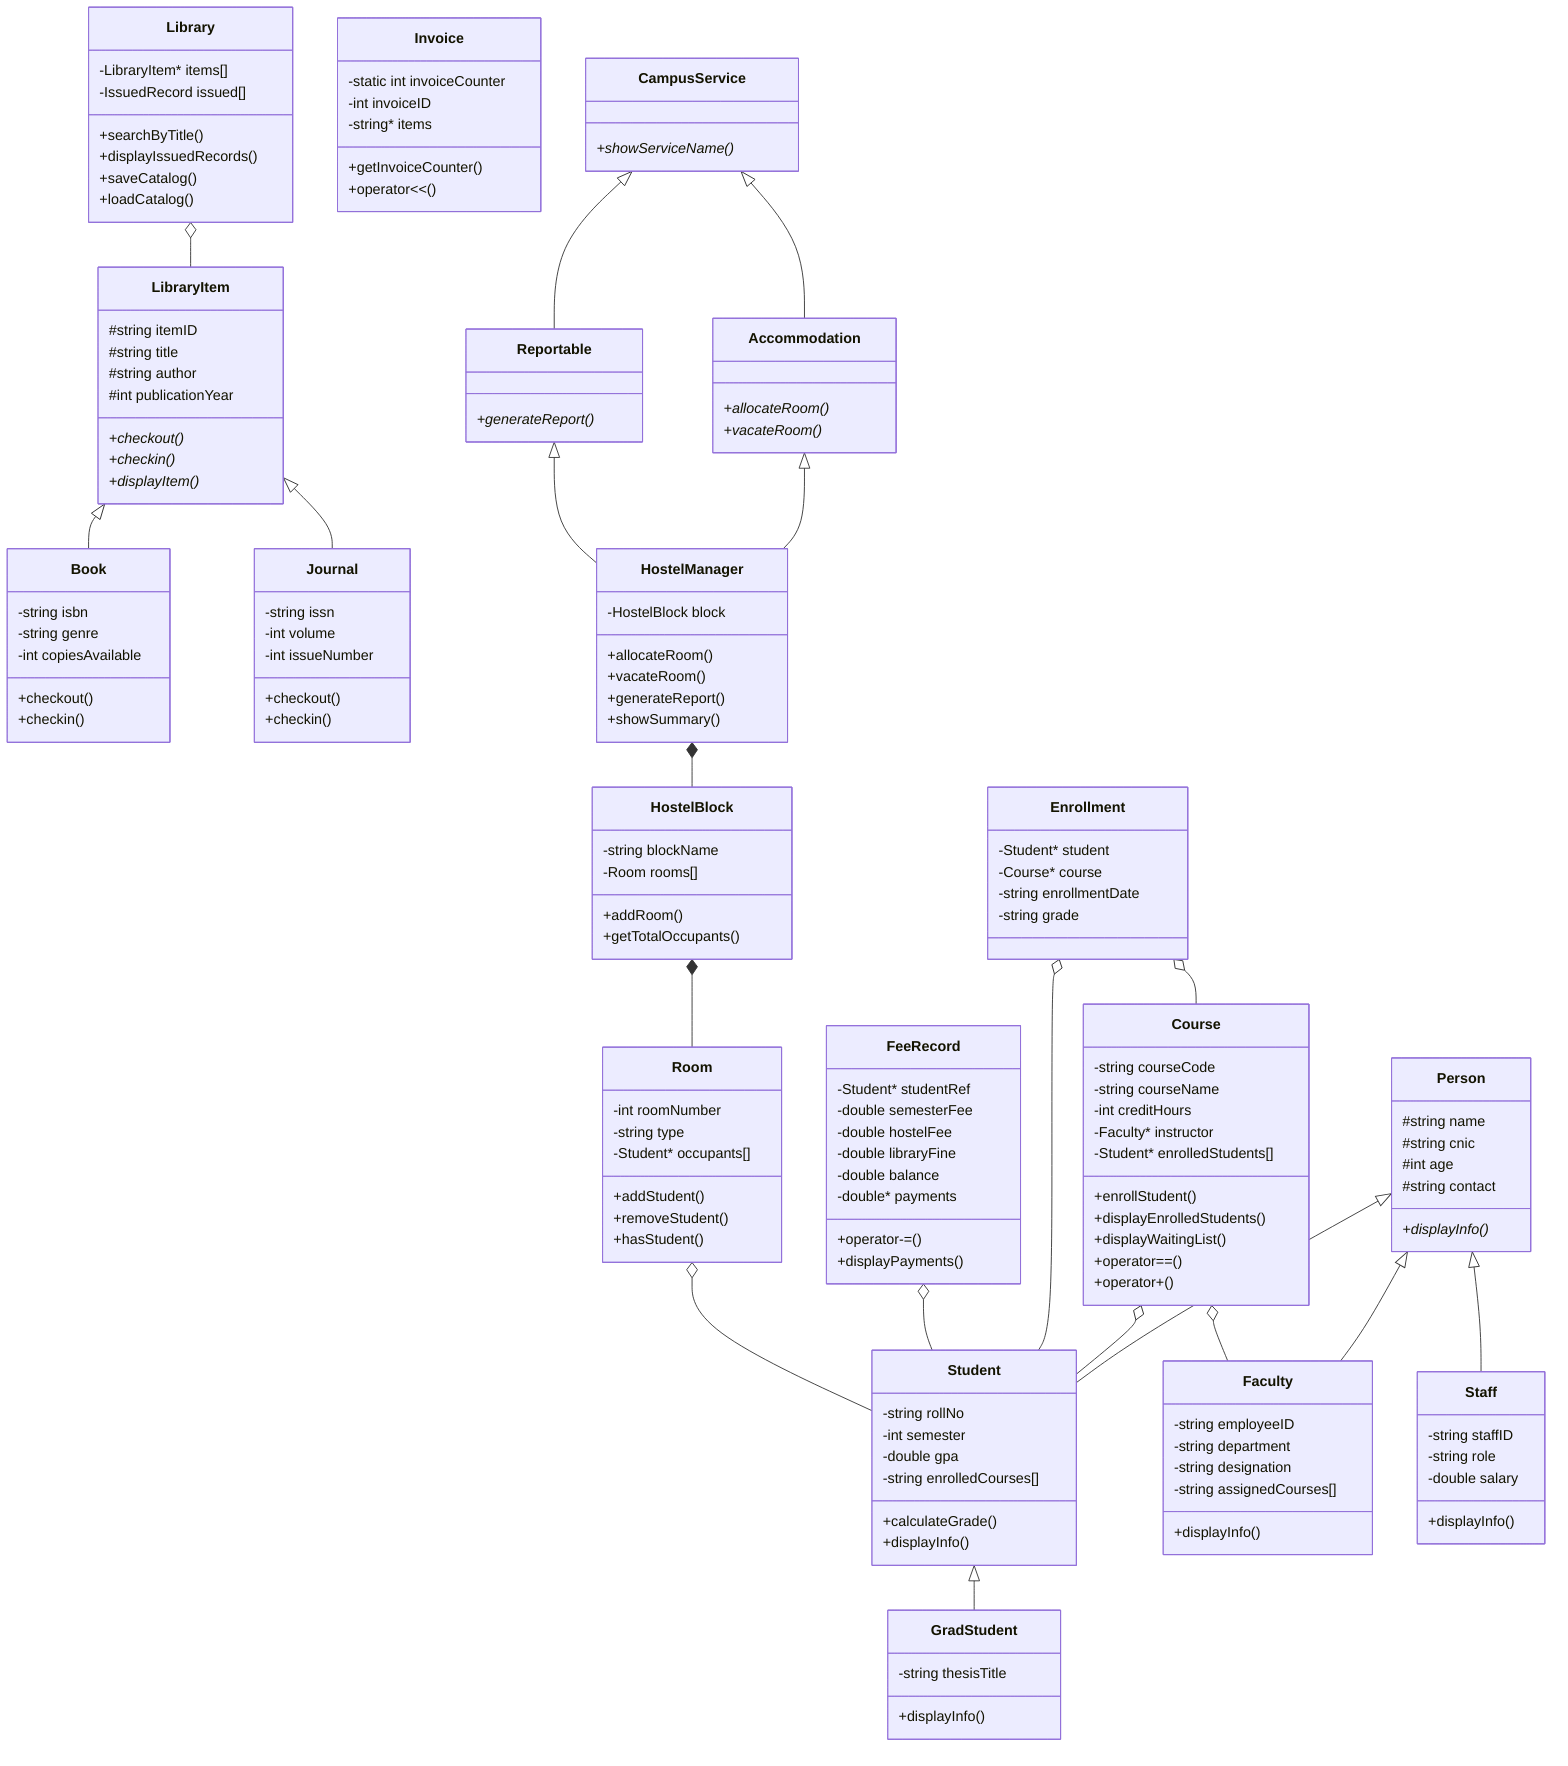
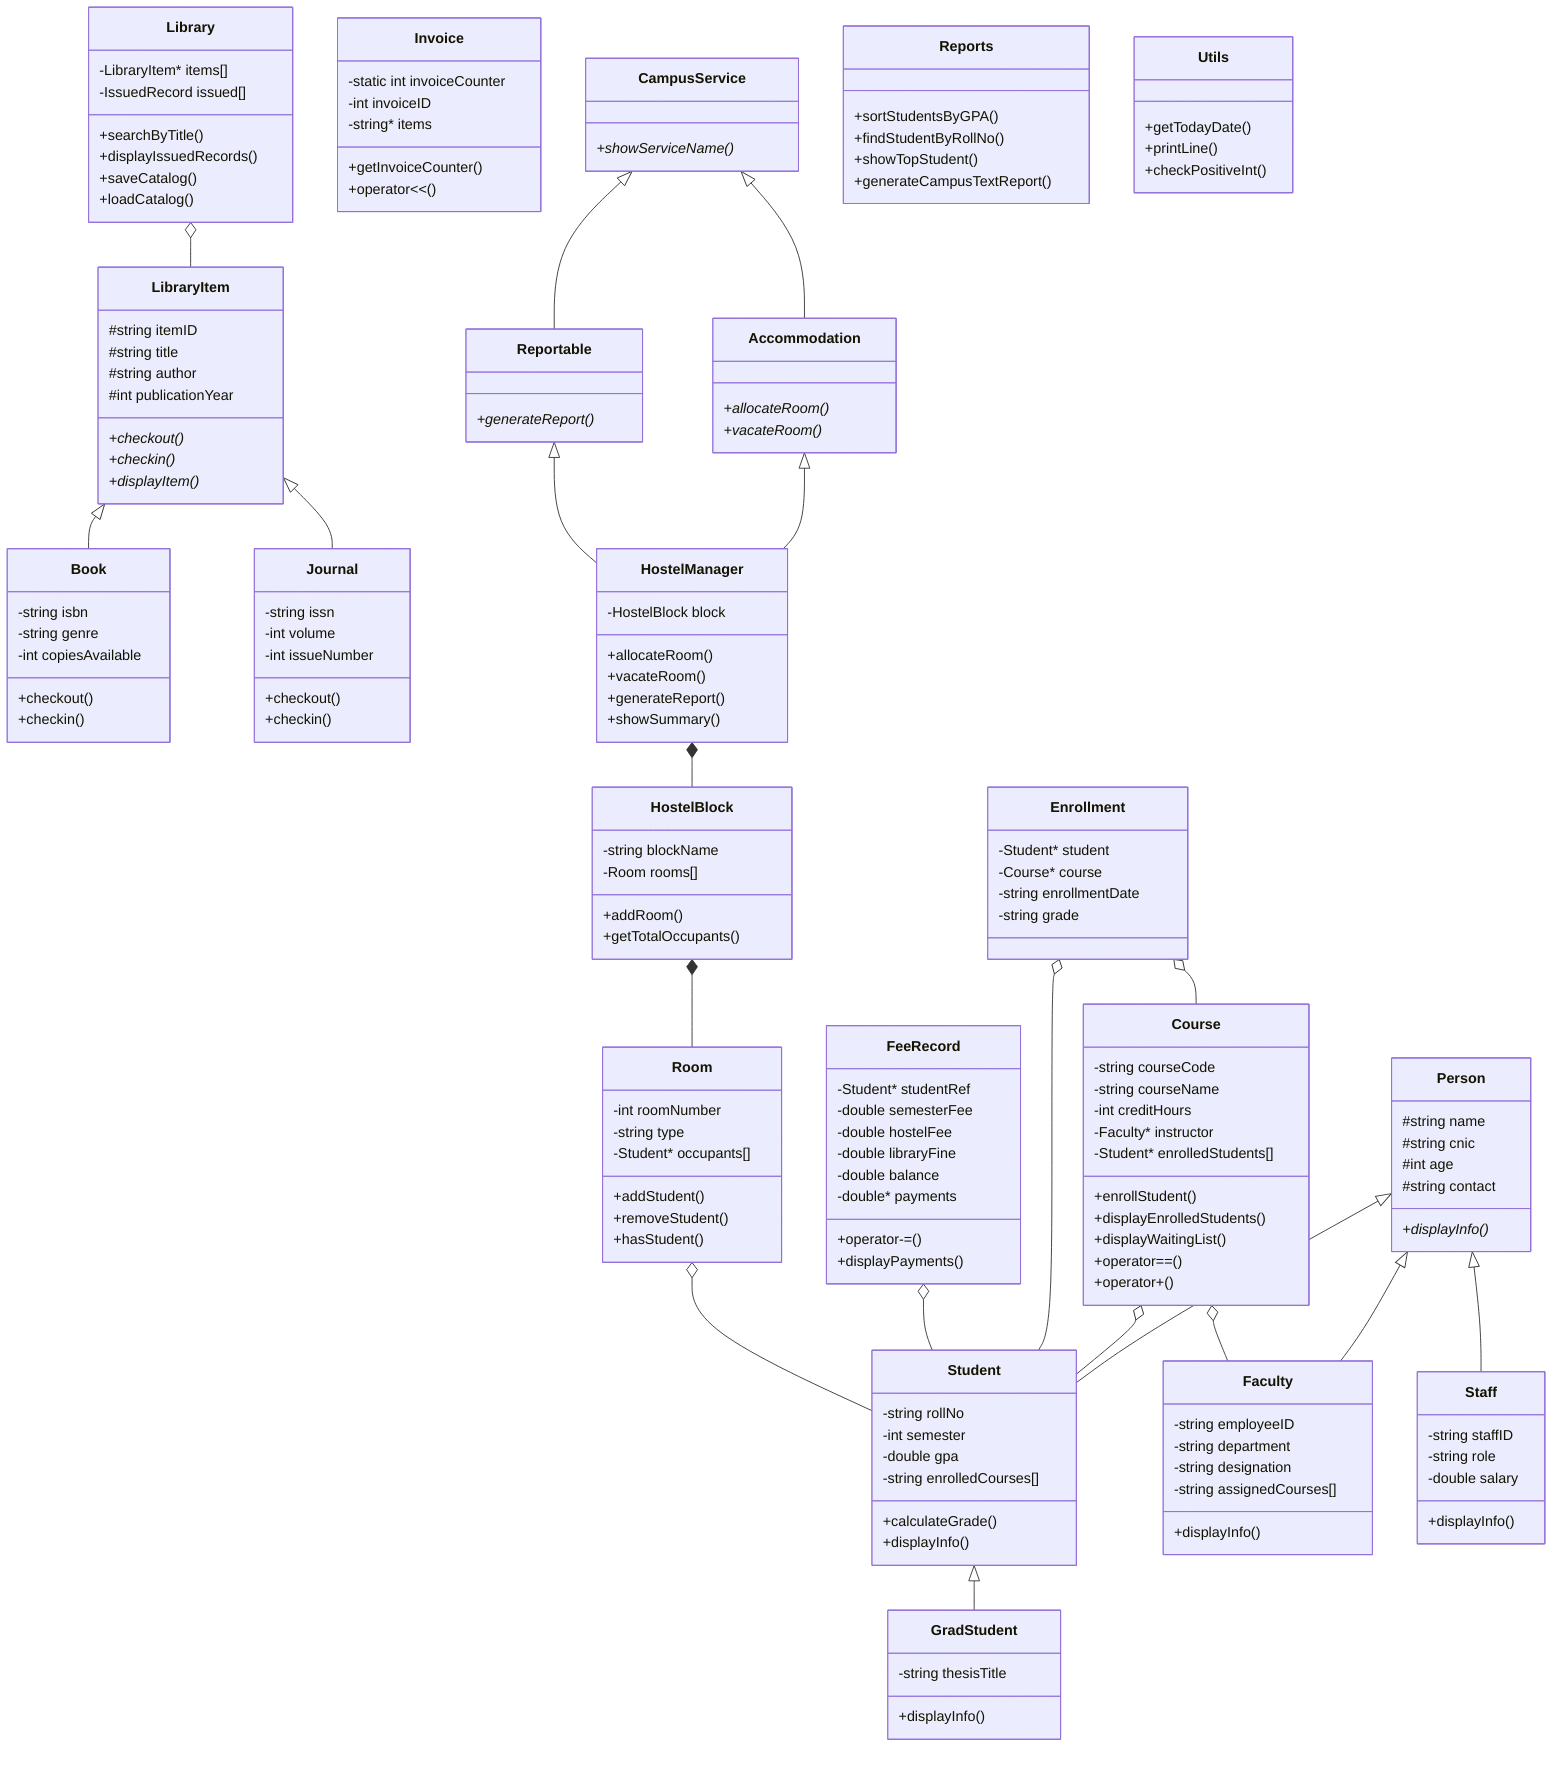
classDiagram
    class Person {
        #string name
        #string cnic
        #int age
        #string contact
        +displayInfo()*
    }

    class Student {
        -string rollNo
        -int semester
        -double gpa
        -string enrolledCourses[]
        +calculateGrade()
        +displayInfo()
    }

    class GradStudent {
        -string thesisTitle
        +displayInfo()
    }

    class Faculty {
        -string employeeID
        -string department
        -string designation
        -string assignedCourses[]
        +displayInfo()
    }

    class Staff {
        -string staffID
        -string role
        -double salary
        +displayInfo()
    }

    class Course {
        -string courseCode
        -string courseName
        -int creditHours
        -Faculty* instructor
        -Student* enrolledStudents[]
        +enrollStudent()
        +displayEnrolledStudents()
        +displayWaitingList()
        +operator==()
        +operator+()
    }

    class Enrollment {
        -Student* student
        -Course* course
        -string enrollmentDate
        -string grade
    }

    class LibraryItem {
        #string itemID
        #string title
        #string author
        #int publicationYear
        +checkout()*
        +checkin()*
        +displayItem()*
    }

    class Book {
        -string isbn
        -string genre
        -int copiesAvailable
        +checkout()
        +checkin()
    }

    class Journal {
        -string issn
        -int volume
        -int issueNumber
        +checkout()
        +checkin()
    }

    class Library {
        -LibraryItem* items[]
        -IssuedRecord issued[]
        +searchByTitle()
        +displayIssuedRecords()
        +saveCatalog()
        +loadCatalog()
    }

    class FeeRecord {
        -Student* studentRef
        -double semesterFee
        -double hostelFee
        -double libraryFine
        -double balance
        -double* payments
        +operator-=()
        +displayPayments()
    }

    class Invoice {
        -static int invoiceCounter
        -int invoiceID
        -string* items
        +getInvoiceCounter()
        +operator<<()
    }

    class CampusService {
        +showServiceName()*
    }

    class Accommodation {
        +allocateRoom()*
        +vacateRoom()*
    }

    class Reportable {
        +generateReport()*
    }

    class Room {
        -int roomNumber
        -string type
        -Student* occupants[]
        +addStudent()
        +removeStudent()
        +hasStudent()
    }

    class HostelBlock {
        -string blockName
        -Room rooms[]
        +addRoom()
        +getTotalOccupants()
    }

    class HostelManager {
        -HostelBlock block
        +allocateRoom()
        +vacateRoom()
        +generateReport()
        +showSummary()
    }

+     class Reports {
+         +sortStudentsByGPA()
+         +findStudentByRollNo()
+         +showTopStudent()
+         +generateCampusTextReport()
+     }
+ 
+     class Utils {
+         +getTodayDate()
+         +printLine()
+         +checkPositiveInt()
+     }
+ 
    Person <|-- Student
    Student <|-- GradStudent
    Person <|-- Faculty
    Person <|-- Staff
    Course o-- Faculty
    Course o-- Student
    Enrollment o-- Student
    Enrollment o-- Course
    LibraryItem <|-- Book
    LibraryItem <|-- Journal
    Library o-- LibraryItem
    FeeRecord o-- Student
    CampusService <|-- Accommodation
    CampusService <|-- Reportable
    Accommodation <|-- HostelManager
    Reportable <|-- HostelManager
    HostelManager *-- HostelBlock
    HostelBlock *-- Room
    Room o-- Student
